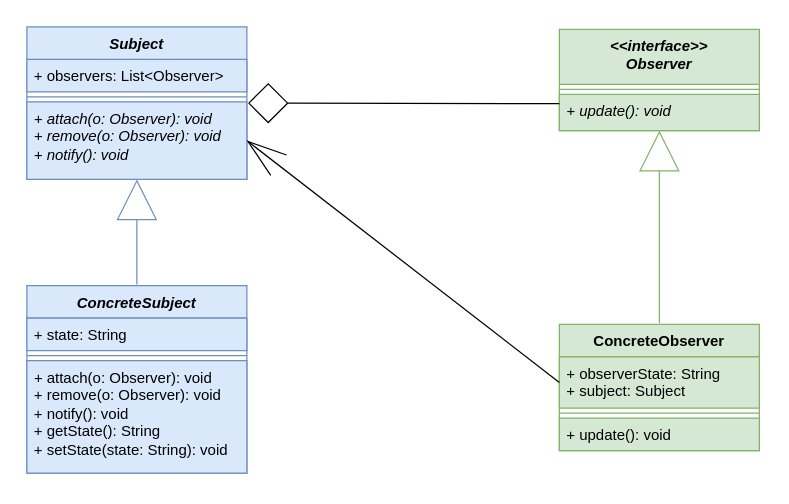
Arvin273/drawio keeps this draw.io diagram as 观察者模式类图.drawio. Above is the earlier version. Source tidied: cells renumbered, new cells numbered last; positions are measured from the earlier drawing's top-left corner, leaving out a move shared by most shapes. Both pictures are drawn from the tidied source at 125%, with x=0, y=0 at pixel (26, 26).
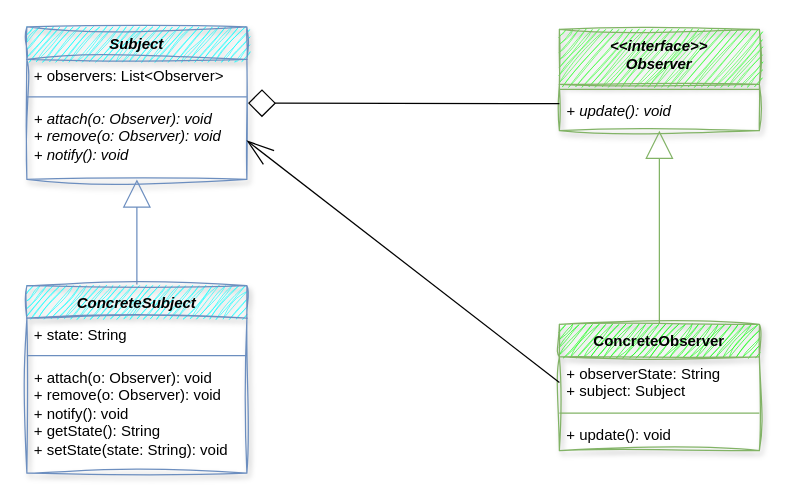
The same diagram, later.

Commit message:
更新观察者模式类图.drawio

The edit, as a diff of the source:
```diff
@@
-    <mxCell id="2" value="&lt;i&gt;Subject&lt;/i&gt;" style="swimlane;fontStyle=1;align=center;verticalAlign=top;horizontal=1;startSize=26;whiteSpace=wrap;html=1;fillColor=#dae8fc;strokeColor=#6c8ebf;swimlaneFillColor=none;gradientColor=none;swimlaneLine=0;" parent="1" vertex="1">
+    <mxCell id="2" value="&lt;i&gt;Subject&lt;/i&gt;" style="swimlane;fontStyle=1;align=center;verticalAlign=top;horizontal=1;startSize=26;whiteSpace=wrap;html=1;fillColor=#00FFFF;strokeColor=#6c8ebf;swimlaneFillColor=none;gradientColor=none;swimlaneLine=1;sketch=1;curveFitting=1;jiggle=2;rounded=0;glass=0;shadow=1;" parent="1" vertex="1">
       <mxGeometry width="176" height="122" as="geometry" />
     </mxCell>
-    <mxCell id="3" value="+ observers: List&amp;lt;Observer&amp;gt;" style="text;strokeColor=#6c8ebf;fillColor=#dae8fc;align=left;verticalAlign=top;spacingLeft=4;spacingRight=4;overflow=hidden;whiteSpace=wrap;html=1;" parent="2" vertex="1">
+    <mxCell id="3" value="+ observers: List&amp;lt;Observer&amp;gt;" style="text;align=left;verticalAlign=top;spacingLeft=4;spacingRight=4;overflow=hidden;whiteSpace=wrap;html=1;" parent="2" vertex="1">
       <mxGeometry y="26" width="176" height="26" as="geometry" />
     </mxCell>
@@
-    <mxCell id="5" value="&lt;i&gt;+ attach(o: Observer): void&lt;/i&gt;&lt;div&gt;&lt;i&gt;+ remove(o: Observer): void&lt;/i&gt;&lt;/div&gt;&lt;div&gt;&lt;i&gt;+ notify(): void&lt;/i&gt;&lt;/div&gt;" style="text;strokeColor=#6c8ebf;fillColor=#dae8fc;align=left;verticalAlign=top;spacingLeft=4;spacingRight=4;overflow=hidden;points=[[0,0.5],[1,0.5]];portConstraint=eastwest;whiteSpace=wrap;html=1;" parent="2" vertex="1">
+    <mxCell id="5" value="&lt;i&gt;+ attach(o: Observer): void&lt;/i&gt;&lt;div&gt;&lt;i&gt;+ remove(o: Observer): void&lt;/i&gt;&lt;/div&gt;&lt;div&gt;&lt;i&gt;+ notify(): void&lt;/i&gt;&lt;/div&gt;" style="text;align=left;verticalAlign=top;spacingLeft=4;spacingRight=4;overflow=hidden;points=[[0,0.5],[1,0.5]];portConstraint=eastwest;whiteSpace=wrap;html=1;" parent="2" vertex="1">
       <mxGeometry y="60" width="176" height="62" as="geometry" />
     </mxCell>
-    <mxCell id="6" style="edgeStyle=none;curved=1;rounded=0;jettySize=auto;html=1;fontSize=12;startSize=8;endSize=30;endArrow=block;endFill=0;fillColor=#dae8fc;strokeColor=#6c8ebf;" parent="1" edge="1" target="5">
+    <mxCell id="6" style="edgeStyle=none;curved=1;rounded=0;jettySize=auto;html=1;fontSize=12;startSize=8;endSize=20;endArrow=block;endFill=0;fillColor=#dae8fc;strokeColor=#6c8ebf;" parent="1" edge="1" target="5">
       <mxGeometry relative="1" as="geometry">
         <mxPoint x="88" y="206" as="sourcePoint" />
       </mxGeometry>
     </mxCell>
-    <mxCell id="7" value="&lt;i&gt;ConcreteSubject&lt;/i&gt;" style="swimlane;fontStyle=1;align=center;verticalAlign=top;horizontal=1;startSize=26;whiteSpace=wrap;html=1;fillColor=#dae8fc;strokeColor=#6c8ebf;" parent="1" vertex="1">
+    <mxCell id="7" value="&lt;i&gt;ConcreteSubject&lt;/i&gt;" style="swimlane;fontStyle=1;align=center;verticalAlign=top;horizontal=1;startSize=26;whiteSpace=wrap;html=1;fillColor=#00FFFF;strokeColor=#6c8ebf;sketch=1;curveFitting=1;jiggle=2;rounded=0;shadow=1;" parent="1" vertex="1">
       <mxGeometry y="207" width="176" height="150" as="geometry" />
     </mxCell>
-    <mxCell id="8" value="+ state: String" style="text;strokeColor=#6c8ebf;fillColor=#dae8fc;align=left;verticalAlign=top;spacingLeft=4;spacingRight=4;overflow=hidden;whiteSpace=wrap;html=1;" parent="7" vertex="1">
+    <mxCell id="8" value="+ state: String" style="text;align=left;verticalAlign=top;spacingLeft=4;spacingRight=4;overflow=hidden;whiteSpace=wrap;html=1;" parent="7" vertex="1">
       <mxGeometry y="26" width="176" height="26" as="geometry" />
     </mxCell>
@@
-    <mxCell id="10" value="&lt;i&gt;+ &lt;/i&gt;attach(o: Observer): void&lt;div&gt;+ remove(o: Observer): void&lt;/div&gt;&lt;div&gt;+ notify(): void&lt;/div&gt;&lt;div&gt;+ getState(): String&lt;/div&gt;&lt;div&gt;+ setState(state: String): void&lt;/div&gt;" style="text;strokeColor=#6c8ebf;fillColor=#dae8fc;align=left;verticalAlign=top;spacingLeft=4;spacingRight=4;overflow=hidden;whiteSpace=wrap;html=1;" parent="7" vertex="1">
+    <mxCell id="10" value="&lt;i&gt;+ &lt;/i&gt;attach(o: Observer): void&lt;div&gt;+ remove(o: Observer): void&lt;/div&gt;&lt;div&gt;+ notify(): void&lt;/div&gt;&lt;div&gt;+ getState(): String&lt;/div&gt;&lt;div&gt;+ setState(state: String): void&lt;/div&gt;" style="text;align=left;verticalAlign=top;spacingLeft=4;spacingRight=4;overflow=hidden;whiteSpace=wrap;html=1;" parent="7" vertex="1">
       <mxGeometry y="60" width="176" height="90" as="geometry" />
     </mxCell>
-    <mxCell id="11" value="&lt;div&gt;&lt;i&gt;&amp;lt;&amp;lt;interface&amp;gt;&amp;gt;&lt;/i&gt;&lt;/div&gt;&lt;i&gt;Observer&lt;/i&gt;" style="swimlane;fontStyle=1;align=center;verticalAlign=top;horizontal=1;startSize=44;whiteSpace=wrap;html=1;fillColor=#d5e8d4;strokeColor=#82b366;" parent="1" vertex="1">
+    <mxCell id="11" value="&lt;div&gt;&lt;i&gt;&amp;lt;&amp;lt;interface&amp;gt;&amp;gt;&lt;/i&gt;&lt;/div&gt;&lt;i&gt;Observer&lt;/i&gt;" style="swimlane;fontStyle=1;align=center;verticalAlign=top;horizontal=1;startSize=44;whiteSpace=wrap;html=1;fillColor=#33FF33;strokeColor=#82B366;gradientColor=none;rounded=0;sketch=1;curveFitting=1;jiggle=2;glass=0;shadow=1;" parent="1" vertex="1">
       <mxGeometry x="426" y="2" width="160" height="81" as="geometry" />
     </mxCell>
@@
-    <mxCell id="13" value="&lt;i&gt;+ update(): void&amp;nbsp;&lt;/i&gt;" style="text;strokeColor=#82b366;fillColor=#d5e8d4;align=left;verticalAlign=top;spacingLeft=4;spacingRight=4;overflow=hidden;points=[[0,0.5],[1,0.5]];portConstraint=eastwest;whiteSpace=wrap;html=1;" parent="11" vertex="1">
+    <mxCell id="13" value="&lt;i&gt;+ update(): void&amp;nbsp;&lt;/i&gt;" style="text;align=left;verticalAlign=top;spacingLeft=4;spacingRight=4;overflow=hidden;points=[[0,0.5],[1,0.5]];portConstraint=eastwest;whiteSpace=wrap;html=1;" parent="11" vertex="1">
       <mxGeometry y="52" width="160" height="29" as="geometry" />
     </mxCell>
-    <mxCell id="14" style="edgeStyle=none;curved=1;rounded=0;jettySize=auto;html=1;fontSize=12;startSize=8;endSize=30;endArrow=block;endFill=0;fillColor=#d5e8d4;strokeColor=#82b366;" parent="1" edge="1" target="13">
+    <mxCell id="14" style="edgeStyle=none;curved=1;rounded=0;jettySize=auto;html=1;fontSize=12;startSize=8;endSize=20;endArrow=block;endFill=0;fillColor=#d5e8d4;strokeColor=#82b366;" parent="1" edge="1" target="13">
       <mxGeometry relative="1" as="geometry">
         <mxPoint x="506" y="237" as="sourcePoint" />
       </mxGeometry>
     </mxCell>
-    <mxCell id="15" style="edgeStyle=none;curved=1;rounded=0;jettySize=auto;html=1;entryX=1.005;entryY=0.016;entryDx=0;entryDy=0;entryPerimeter=0;fontSize=12;startSize=13;endSize=30;startArrow=none;startFill=0;endArrow=diamond;endFill=0;targetPerimeterSpacing=22;sourcePerimeterSpacing=17;arcSize=20;fillColor=none;" parent="1" edge="1" target="5">
+    <mxCell id="15" style="edgeStyle=none;curved=1;rounded=0;jettySize=auto;html=1;entryX=1.005;entryY=0.016;entryDx=0;entryDy=0;entryPerimeter=0;fontSize=12;startSize=13;endSize=20;startArrow=none;startFill=0;endArrow=diamond;endFill=0;targetPerimeterSpacing=22;sourcePerimeterSpacing=17;arcSize=20;fillColor=none;" parent="1" edge="1" target="5">
       <mxGeometry relative="1" as="geometry">
         <mxPoint x="426" y="61.4" as="sourcePoint" />
       </mxGeometry>
     </mxCell>
-    <mxCell id="16" value="ConcreteObserver" style="swimlane;fontStyle=1;align=center;verticalAlign=top;horizontal=1;startSize=26;whiteSpace=wrap;html=1;fillColor=#d5e8d4;strokeColor=#82b366;" parent="1" vertex="1">
+    <mxCell id="16" value="ConcreteObserver" style="swimlane;fontStyle=1;align=center;verticalAlign=top;horizontal=1;startSize=26;whiteSpace=wrap;html=1;fillColor=#00FF00;strokeColor=#82b366;glass=0;rounded=0;sketch=1;curveFitting=1;jiggle=2;shadow=1;" parent="1" vertex="1">
       <mxGeometry x="426" y="238" width="160" height="101" as="geometry" />
     </mxCell>
-    <mxCell id="17" value="+ observerState: String&lt;div&gt;+ subject: Subject&lt;/div&gt;" style="text;strokeColor=#82b366;fillColor=#d5e8d4;align=left;verticalAlign=top;spacingLeft=4;spacingRight=4;overflow=hidden;points=[[0,0.5],[1,0.5]];portConstraint=eastwest;whiteSpace=wrap;html=1;" parent="16" vertex="1">
+    <mxCell id="17" value="+ observerState: String&lt;div&gt;+ subject: Subject&lt;/div&gt;" style="text;align=left;verticalAlign=top;spacingLeft=4;spacingRight=4;overflow=hidden;points=[[0,0.5],[1,0.5]];portConstraint=eastwest;whiteSpace=wrap;html=1;" parent="16" vertex="1">
       <mxGeometry y="26" width="160" height="41" as="geometry" />
     </mxCell>
@@
-    <mxCell id="19" value="+ update(): void" style="text;strokeColor=#82b366;fillColor=#d5e8d4;align=left;verticalAlign=top;spacingLeft=4;spacingRight=4;overflow=hidden;whiteSpace=wrap;html=1;" parent="16" vertex="1">
+    <mxCell id="19" value="+ update(): void" style="text;align=left;verticalAlign=top;spacingLeft=4;spacingRight=4;overflow=hidden;whiteSpace=wrap;html=1;" parent="16" vertex="1">
       <mxGeometry y="75" width="160" height="26" as="geometry" />
     </mxCell>
-    <mxCell id="20" style="edgeStyle=none;curved=1;rounded=0;jettySize=auto;html=1;entryX=1;entryY=0.5;entryDx=0;entryDy=0;fontSize=12;startSize=8;endSize=30;exitX=0;exitY=0.5;exitDx=0;exitDy=0;endArrow=openThin;endFill=0;" parent="1" edge="1" source="17" target="5">
+    <mxCell id="20" style="edgeStyle=none;curved=1;rounded=0;jettySize=auto;html=1;entryX=1;entryY=0.5;entryDx=0;entryDy=0;fontSize=12;startSize=8;endSize=20;exitX=0;exitY=0.5;exitDx=0;exitDy=0;endArrow=openThin;endFill=0;" parent="1" edge="1" source="17" target="5">
       <mxGeometry relative="1" as="geometry" />
     </mxCell>
```
